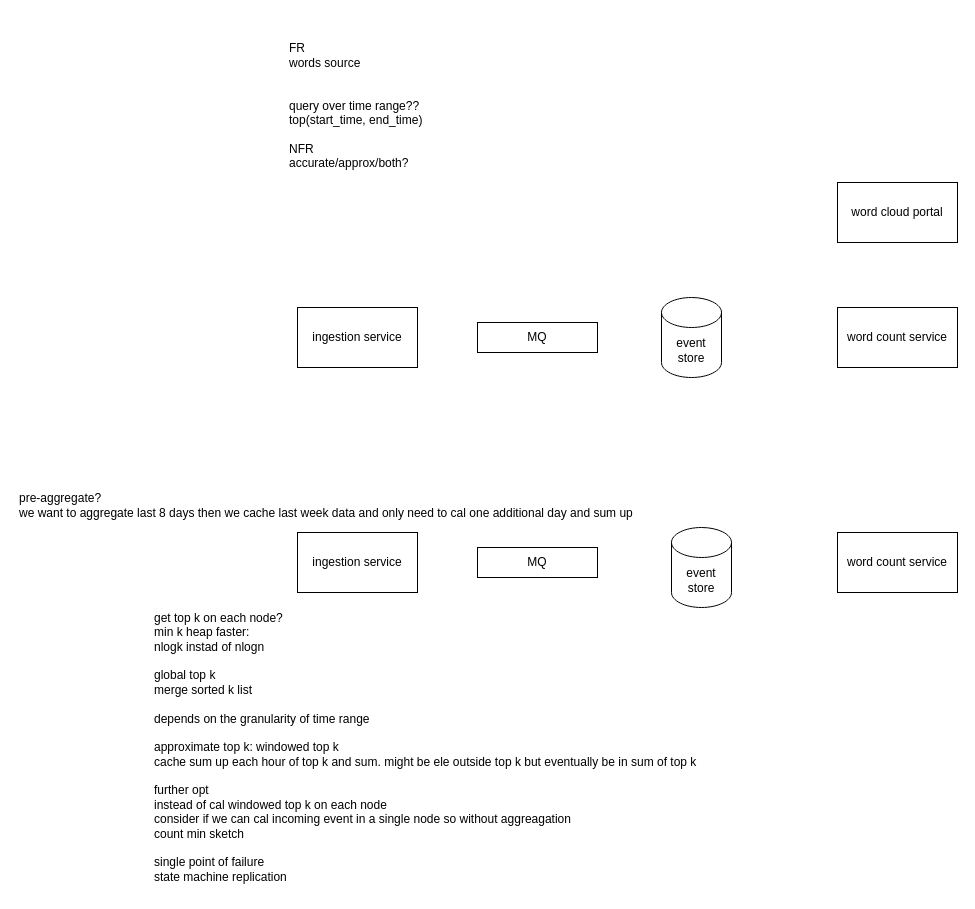
Before: page "wordcloud" (8 of 9) of practise.drawio in kankaiz/drawio, a draw.io diagram. Source tidied: cells renumbered, new cells numbered last; positions are measured from the earlier drawing's top-left corner, leaving out a move shared by most shapes. Both pictures are drawn from the tidied source at 100%, with x=0, y=0 at pixel (17, 32).
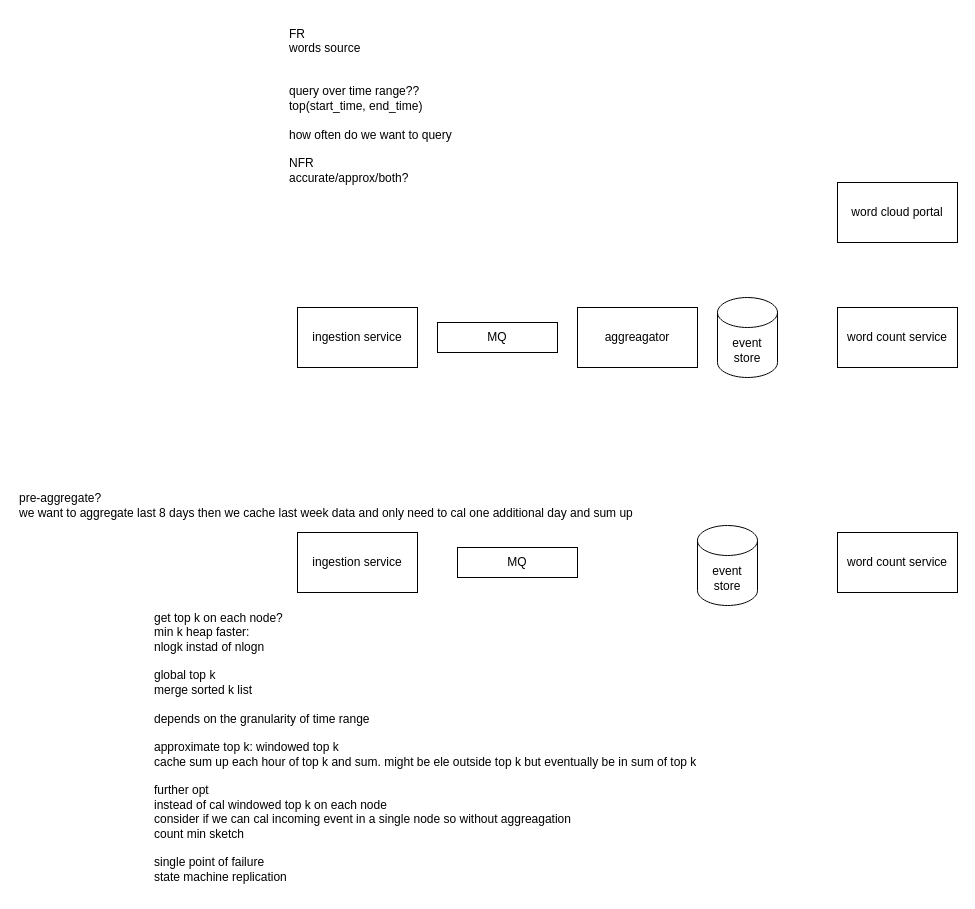
The same page after the edit.

Change to the diagram source:
```diff
@@
 <mxGraphModel>
   <root>
     <mxCell id="0" />
     <mxCell id="1" parent="0" />
-    <mxCell id="2" value="FR&lt;div&gt;words source&lt;/div&gt;&lt;div&gt;&lt;br&gt;&lt;div&gt;&lt;br&gt;&lt;/div&gt;&lt;div&gt;query over time range??&lt;/div&gt;&lt;div&gt;top(start_time, end_time)&lt;/div&gt;&lt;div&gt;&lt;br&gt;&lt;/div&gt;&lt;div&gt;NFR&lt;/div&gt;&lt;/div&gt;&lt;div&gt;accurate/approx/both?&lt;/div&gt;&lt;div&gt;&lt;br&gt;&lt;/div&gt;&lt;div&gt;&lt;br&gt;&lt;/div&gt;&lt;div&gt;&lt;br&gt;&lt;/div&gt;" style="text;html=1;align=left;verticalAlign=middle;strokeColor=none;fillColor=none;" parent="1" vertex="1">
-      <mxGeometry x="270" width="160" height="190" as="geometry" />
+    <mxCell id="2" value="FR&lt;div&gt;words source&lt;/div&gt;&lt;div&gt;&lt;br&gt;&lt;div&gt;&lt;br&gt;&lt;/div&gt;&lt;div&gt;query over time range??&lt;/div&gt;&lt;div&gt;top(start_time, end_time)&lt;/div&gt;&lt;div&gt;&lt;br&gt;&lt;/div&gt;&lt;div&gt;how often do we want to query&lt;/div&gt;&lt;div&gt;&lt;br&gt;&lt;/div&gt;&lt;div&gt;NFR&lt;/div&gt;&lt;/div&gt;&lt;div&gt;accurate/approx/both?&lt;/div&gt;&lt;div&gt;&lt;br&gt;&lt;/div&gt;&lt;div&gt;&lt;br&gt;&lt;/div&gt;&lt;div&gt;&lt;br&gt;&lt;/div&gt;" style="text;html=1;align=left;verticalAlign=middle;strokeColor=none;fillColor=none;" parent="1" vertex="1">
+      <mxGeometry x="270" y="-15" width="190" height="220" as="geometry" />
     </mxCell>
     <mxCell id="3" value="ingestion service" style="rounded=0;whiteSpace=wrap;html=1;" parent="1" vertex="1">
       <mxGeometry x="280" y="275" width="120" height="60" as="geometry" />
     </mxCell>
     <mxCell id="4" value="word count service" style="rounded=0;whiteSpace=wrap;html=1;" parent="1" vertex="1">
       <mxGeometry x="820" y="275" width="120" height="60" as="geometry" />
     </mxCell>
     <mxCell id="5" value="word cloud portal" style="rounded=0;whiteSpace=wrap;html=1;" parent="1" vertex="1">
       <mxGeometry x="820" y="150" width="120" height="60" as="geometry" />
     </mxCell>
     <mxCell id="6" value="MQ" style="rounded=0;whiteSpace=wrap;html=1;" parent="1" vertex="1">
-      <mxGeometry x="460" y="290" width="120" height="30" as="geometry" />
+      <mxGeometry x="420" y="290" width="120" height="30" as="geometry" />
     </mxCell>
     <mxCell id="7" value="ingestion service" style="rounded=0;whiteSpace=wrap;html=1;" parent="1" vertex="1">
       <mxGeometry x="280" y="500" width="120" height="60" as="geometry" />
     </mxCell>
     <mxCell id="8" value="word count service" style="rounded=0;whiteSpace=wrap;html=1;" parent="1" vertex="1">
       <mxGeometry x="820" y="500" width="120" height="60" as="geometry" />
     </mxCell>
     <mxCell id="9" value="MQ" style="rounded=0;whiteSpace=wrap;html=1;" parent="1" vertex="1">
-      <mxGeometry x="460" y="515" width="120" height="30" as="geometry" />
+      <mxGeometry x="440" y="515" width="120" height="30" as="geometry" />
     </mxCell>
     <mxCell id="10" value="pre-aggregate?&lt;div&gt;we want to aggregate last 8 days then we cache last week data and only need to cal one additional day and sum up&lt;/div&gt;" style="text;html=1;align=left;verticalAlign=middle;strokeColor=none;fillColor=none;" parent="1" vertex="1">
       <mxGeometry y="453" width="640" height="40" as="geometry" />
     </mxCell>
     <mxCell id="11" value="get top k on each node?&lt;div&gt;min k heap faster:&lt;/div&gt;&lt;div&gt;nlogk instad of nlogn&lt;/div&gt;&lt;div&gt;&lt;br&gt;&lt;/div&gt;&lt;div&gt;global top k&lt;/div&gt;&lt;div&gt;merge sorted k list&lt;/div&gt;&lt;div&gt;&lt;br&gt;&lt;/div&gt;&lt;div&gt;depends on the granularity of time range&lt;/div&gt;&lt;div&gt;&lt;br&gt;&lt;/div&gt;&lt;div&gt;approximate top k: windowed top k&lt;/div&gt;&lt;div&gt;cache sum up each hour of top k and sum. might be ele outside top k but eventually be in sum of top k&lt;/div&gt;&lt;div&gt;&lt;br&gt;&lt;/div&gt;&lt;div&gt;further opt&lt;/div&gt;&lt;div&gt;instead of cal windowed top k on each node&lt;/div&gt;&lt;div&gt;consider if we can cal incoming event in a single node so without aggreagation&lt;/div&gt;&lt;div&gt;count min sketch&lt;/div&gt;&lt;div&gt;&lt;br&gt;&lt;/div&gt;&lt;div&gt;single point of failure&lt;/div&gt;&lt;div&gt;state machine replication&lt;/div&gt;" style="text;html=1;align=left;verticalAlign=middle;strokeColor=none;fillColor=none;" parent="1" vertex="1">
       <mxGeometry x="135" y="570" width="570" height="290" as="geometry" />
     </mxCell>
     <mxCell id="12" value="event store" style="shape=cylinder3;whiteSpace=wrap;html=1;boundedLbl=1;backgroundOutline=1;size=15;" parent="1" vertex="1">
-      <mxGeometry x="644" y="265" width="60" height="80" as="geometry" />
+      <mxGeometry x="700" y="265" width="60" height="80" as="geometry" />
     </mxCell>
     <mxCell id="13" value="event store" style="shape=cylinder3;whiteSpace=wrap;html=1;boundedLbl=1;backgroundOutline=1;size=15;" parent="1" vertex="1">
-      <mxGeometry x="654" y="495" width="60" height="80" as="geometry" />
+      <mxGeometry x="680" y="493" width="60" height="80" as="geometry" />
     </mxCell>
+    <mxCell id="14" value="aggreagator" style="rounded=0;whiteSpace=wrap;html=1;" parent="1" vertex="1">
+      <mxGeometry x="560" y="275" width="120" height="60" as="geometry" />
+    </mxCell>
   </root>
 </mxGraphModel>
```
